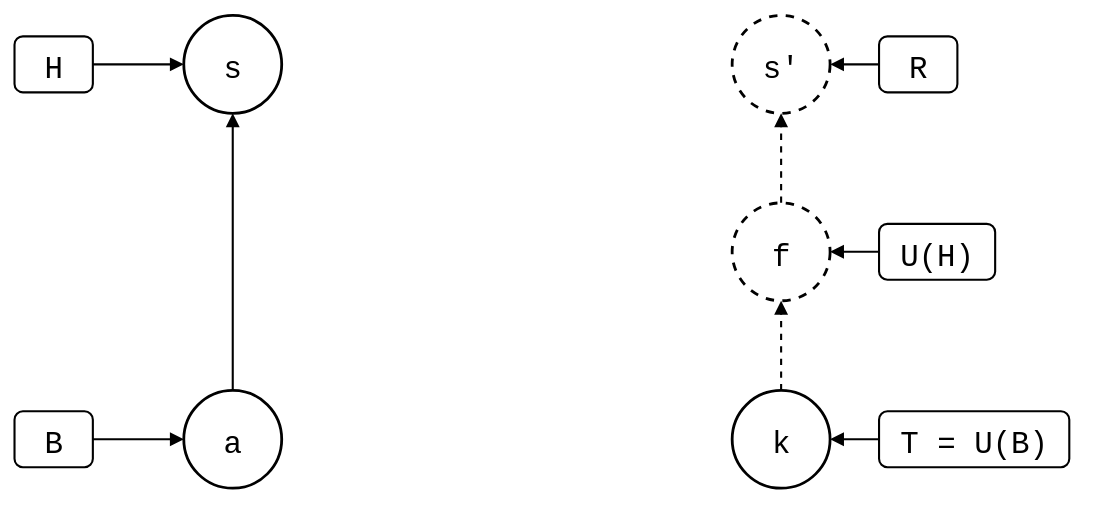
roschaefer/git-splice keeps this draw.io diagram as test/scenarios/up-to-date/squash-merged-pull/local-edit-in-the-squash/local-edit-in-the-squash.drawio.svg. Above is the earlier version. Source tidied: cells renumbered, new cells last; positions are measured from the earlier drawing's top-left corner, leaving out a move shared by most shapes. Source of this version:
```xml
<mxGraphModel background="#ffffff">
  <root>
    <mxCell id="0" />
    <mxCell id="1" parent="0" />
    <mxCell id="2" value="a" style="ellipse;strokeWidth=2;fontSize=22;fontFamily=Roboto Mono,monospace;" parent="1" vertex="1">
      <mxGeometry x="121" y="268" width="70" height="70" as="geometry" />
    </mxCell>
    <mxCell id="3" value="s" style="ellipse;strokeWidth=2;fontSize=22;fontFamily=Roboto Mono,monospace;" parent="1" vertex="1">
      <mxGeometry x="121" width="70" height="70" as="geometry" />
    </mxCell>
    <mxCell id="4" value="k" style="ellipse;strokeWidth=2;fontSize=22;fontFamily=Roboto Mono,monospace;" parent="1" vertex="1">
      <mxGeometry x="513" y="268" width="70" height="70" as="geometry" />
    </mxCell>
    <mxCell id="5" value="f" style="ellipse;strokeWidth=2;fontSize=22;fontFamily=Roboto Mono,monospace;dashed=1;" parent="1" vertex="1">
      <mxGeometry x="513" y="134" width="70" height="70" as="geometry" />
    </mxCell>
    <mxCell id="6" value="s'" style="ellipse;strokeWidth=2;fontSize=22;fontFamily=Roboto Mono,monospace;dashed=1;" parent="1" vertex="1">
      <mxGeometry x="513" width="70" height="70" as="geometry" />
    </mxCell>
    <mxCell id="7" value="H" style="rounded=1;strokeWidth=1.5;fontSize=22;fontFamily=Roboto Mono,monospace;" parent="1" vertex="1">
      <mxGeometry y="15" width="56" height="40" as="geometry" />
    </mxCell>
    <mxCell id="8" style="endArrow=block;endFill=1;html=1;strokeWidth=1.5;rounded=0;" parent="1" edge="1" source="7" target="3">
      <mxGeometry relative="1" as="geometry" />
    </mxCell>
    <mxCell id="9" value="B" style="rounded=1;strokeWidth=1.5;fontSize=22;fontFamily=Roboto Mono,monospace;" parent="1" vertex="1">
      <mxGeometry y="283" width="56" height="40" as="geometry" />
    </mxCell>
    <mxCell id="10" style="endArrow=block;endFill=1;html=1;strokeWidth=1.5;rounded=0;" parent="1" edge="1" source="9" target="2">
      <mxGeometry relative="1" as="geometry" />
    </mxCell>
    <mxCell id="11" value="T = U(B)" style="rounded=1;strokeWidth=1.5;fontSize=22;fontFamily=Roboto Mono,monospace;" parent="1" vertex="1">
      <mxGeometry x="618" y="283" width="136" height="40" as="geometry" />
    </mxCell>
    <mxCell id="12" style="endArrow=block;endFill=1;html=1;strokeWidth=1.5;rounded=0;" parent="1" edge="1" source="11" target="4">
      <mxGeometry relative="1" as="geometry" />
    </mxCell>
    <mxCell id="13" value="U(H)" style="rounded=1;strokeWidth=1.5;fontSize=22;fontFamily=Roboto Mono,monospace;" parent="1" vertex="1">
      <mxGeometry x="618" y="149" width="83" height="40" as="geometry" />
    </mxCell>
    <mxCell id="14" style="endArrow=block;endFill=1;html=1;strokeWidth=1.5;rounded=0;" parent="1" edge="1" source="13" target="5">
      <mxGeometry relative="1" as="geometry" />
    </mxCell>
    <mxCell id="15" value="R" style="rounded=1;strokeWidth=1.5;fontSize=22;fontFamily=Roboto Mono,monospace;" parent="1" vertex="1">
      <mxGeometry x="618" y="15" width="56" height="40" as="geometry" />
    </mxCell>
    <mxCell id="16" style="endArrow=block;endFill=1;html=1;strokeWidth=1.5;rounded=0;" parent="1" edge="1" source="15" target="6">
      <mxGeometry relative="1" as="geometry" />
    </mxCell>
    <mxCell id="17" style="endArrow=block;endFill=1;html=1;strokeWidth=1.5;rounded=0;" parent="1" edge="1" source="2" target="3">
      <mxGeometry relative="1" as="geometry" />
    </mxCell>
    <mxCell id="18" style="endArrow=block;endFill=1;html=1;strokeWidth=1.5;rounded=0;dashed=1;" parent="1" edge="1" source="4" target="5">
      <mxGeometry relative="1" as="geometry" />
    </mxCell>
    <mxCell id="19" style="endArrow=block;endFill=1;html=1;strokeWidth=1.5;rounded=0;dashed=1;" parent="1" edge="1" source="5" target="6">
      <mxGeometry relative="1" as="geometry" />
    </mxCell>
  </root>
</mxGraphModel>
```
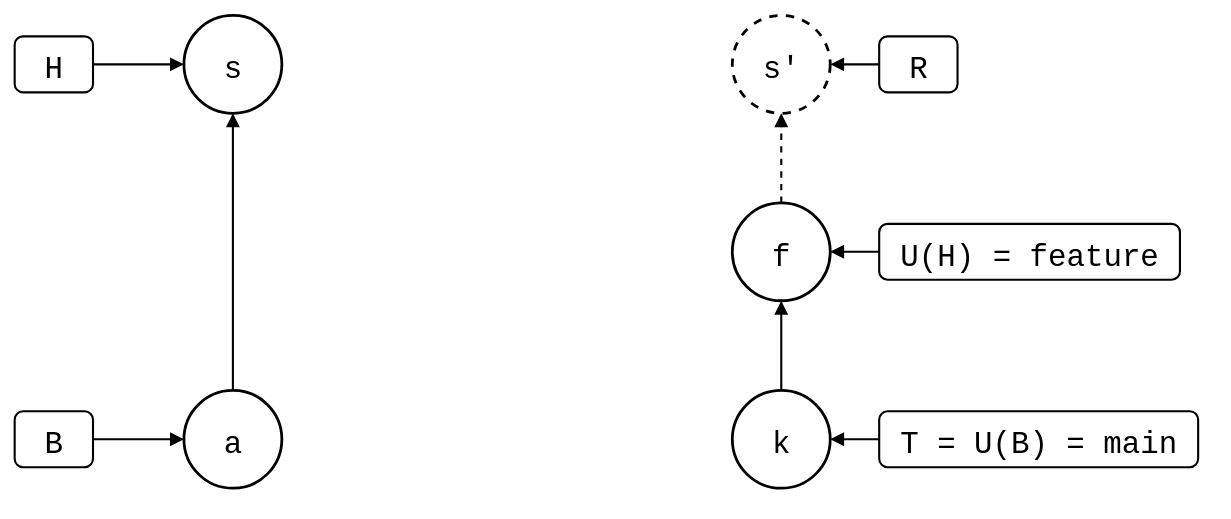
The same diagram one commit later.

Change to the diagram source:
```diff
@@ -11,7 +11,7 @@
     <mxCell id="4" value="k" style="ellipse;strokeWidth=2;fontSize=22;fontFamily=Roboto Mono,monospace;" parent="1" vertex="1">
       <mxGeometry x="513" y="268" width="70" height="70" as="geometry" />
     </mxCell>
-    <mxCell id="5" value="f" style="ellipse;strokeWidth=2;fontSize=22;fontFamily=Roboto Mono,monospace;dashed=1;" parent="1" vertex="1">
+    <mxCell id="5" value="f" style="ellipse;strokeWidth=2;fontSize=22;fontFamily=Roboto Mono,monospace;" parent="1" vertex="1">
       <mxGeometry x="513" y="134" width="70" height="70" as="geometry" />
     </mxCell>
     <mxCell id="6" value="s'" style="ellipse;strokeWidth=2;fontSize=22;fontFamily=Roboto Mono,monospace;dashed=1;" parent="1" vertex="1">
@@ -29,14 +29,14 @@
     <mxCell id="10" style="endArrow=block;endFill=1;html=1;strokeWidth=1.5;rounded=0;" parent="1" edge="1" source="9" target="2">
       <mxGeometry relative="1" as="geometry" />
     </mxCell>
-    <mxCell id="11" value="T = U(B)" style="rounded=1;strokeWidth=1.5;fontSize=22;fontFamily=Roboto Mono,monospace;" parent="1" vertex="1">
-      <mxGeometry x="618" y="283" width="136" height="40" as="geometry" />
+    <mxCell id="11" value="T = U(B) = main" style="rounded=1;strokeWidth=1.5;fontSize=22;fontFamily=Roboto Mono,monospace;" parent="1" vertex="1">
+      <mxGeometry x="618" y="283" width="228" height="40" as="geometry" />
     </mxCell>
     <mxCell id="12" style="endArrow=block;endFill=1;html=1;strokeWidth=1.5;rounded=0;" parent="1" edge="1" source="11" target="4">
       <mxGeometry relative="1" as="geometry" />
     </mxCell>
-    <mxCell id="13" value="U(H)" style="rounded=1;strokeWidth=1.5;fontSize=22;fontFamily=Roboto Mono,monospace;" parent="1" vertex="1">
-      <mxGeometry x="618" y="149" width="83" height="40" as="geometry" />
+    <mxCell id="13" value="U(H) = feature" style="rounded=1;strokeWidth=1.5;fontSize=22;fontFamily=Roboto Mono,monospace;" parent="1" vertex="1">
+      <mxGeometry x="618" y="149" width="215" height="40" as="geometry" />
     </mxCell>
     <mxCell id="14" style="endArrow=block;endFill=1;html=1;strokeWidth=1.5;rounded=0;" parent="1" edge="1" source="13" target="5">
       <mxGeometry relative="1" as="geometry" />
@@ -50,7 +50,7 @@
     <mxCell id="17" style="endArrow=block;endFill=1;html=1;strokeWidth=1.5;rounded=0;" parent="1" edge="1" source="2" target="3">
       <mxGeometry relative="1" as="geometry" />
     </mxCell>
-    <mxCell id="18" style="endArrow=block;endFill=1;html=1;strokeWidth=1.5;rounded=0;dashed=1;" parent="1" edge="1" source="4" target="5">
+    <mxCell id="18" style="endArrow=block;endFill=1;html=1;strokeWidth=1.5;rounded=0;" parent="1" edge="1" source="4" target="5">
       <mxGeometry relative="1" as="geometry" />
     </mxCell>
     <mxCell id="19" style="endArrow=block;endFill=1;html=1;strokeWidth=1.5;rounded=0;dashed=1;" parent="1" edge="1" source="5" target="6">
```
